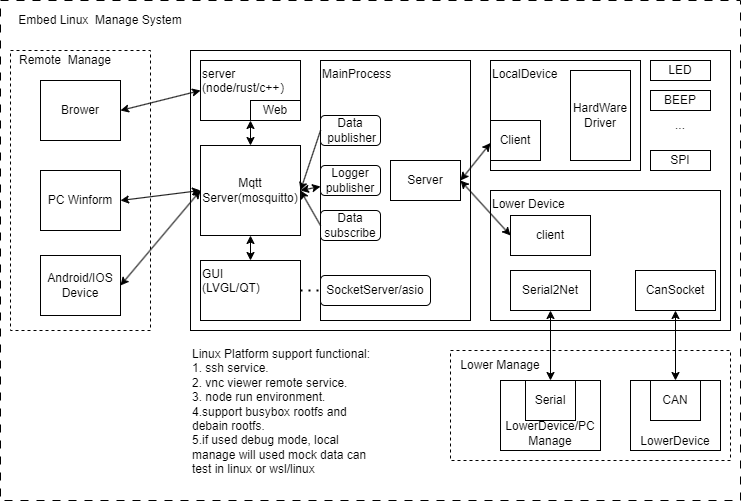
The draw.io diagram doc/image/mainFrame.png in zc110747/remote_manage, before a commit. Source tidied: cells renumbered, new cells last; positions are measured from the earlier drawing's top-left corner, leaving out a move shared by most shapes. Its diagram source:
```xml
<mxGraphModel>
  <root>
    <mxCell id="0" />
    <mxCell id="1" parent="0" />
    <mxCell id="2" style="rounded=0;whiteSpace=wrap;html=1;dashed=1;dashPattern=8 8;" parent="1" vertex="1">
      <mxGeometry width="740" height="500" as="geometry" />
    </mxCell>
    <mxCell id="3" style="rounded=0;whiteSpace=wrap;html=1;" parent="1" vertex="1">
      <mxGeometry x="190" y="50" width="540" height="280" as="geometry" />
    </mxCell>
    <mxCell id="4" value="Lower Device" style="rounded=0;whiteSpace=wrap;html=1;align=left;verticalAlign=top;" parent="1" vertex="1">
      <mxGeometry x="490" y="190" width="230" height="130" as="geometry" />
    </mxCell>
    <mxCell id="5" style="rounded=0;whiteSpace=wrap;html=1;dashed=1;" parent="1" vertex="1">
      <mxGeometry x="450" y="350" width="280" height="110" as="geometry" />
    </mxCell>
    <mxCell id="6" style="rounded=0;whiteSpace=wrap;html=1;dashed=1;" parent="1" vertex="1">
      <mxGeometry x="10" y="50" width="140" height="280" as="geometry" />
    </mxCell>
    <mxCell id="7" value="MainProcess" style="rounded=0;whiteSpace=wrap;html=1;align=left;verticalAlign=top;" parent="1" vertex="1">
      <mxGeometry x="320" y="60" width="150" height="260" as="geometry" />
    </mxCell>
    <mxCell id="8" value="LocalDevice" style="rounded=0;whiteSpace=wrap;html=1;align=left;verticalAlign=top;" parent="1" vertex="1">
      <mxGeometry x="490" y="60" width="150" height="110" as="geometry" />
    </mxCell>
    <mxCell id="9" style="edgeStyle=none;html=1;exitX=1;exitY=0.5;exitDx=0;exitDy=0;startArrow=classic;startFill=1;entryX=0;entryY=0.5;entryDx=0;entryDy=0;" parent="1" edge="1" source="10" target="50">
      <mxGeometry relative="1" as="geometry" />
    </mxCell>
    <mxCell id="10" value="Server" style="rounded=0;whiteSpace=wrap;html=1;" parent="1" vertex="1">
      <mxGeometry x="390" y="160" width="70" height="40" as="geometry" />
    </mxCell>
    <mxCell id="11" value="Client" style="rounded=0;whiteSpace=wrap;html=1;" parent="1" vertex="1">
      <mxGeometry x="490" y="120" width="50" height="40" as="geometry" />
    </mxCell>
    <mxCell id="12" value="LowerDevice/PC Manage" style="rounded=0;whiteSpace=wrap;html=1;align=center;verticalAlign=bottom;" parent="1" vertex="1">
      <mxGeometry x="500" y="380" width="100" height="70" as="geometry" />
    </mxCell>
    <mxCell id="13" value="Serial" style="rounded=0;whiteSpace=wrap;html=1;" parent="1" vertex="1">
      <mxGeometry x="525" y="380" width="50" height="40" as="geometry" />
    </mxCell>
    <mxCell id="14" value="Serial2Net" style="rounded=0;whiteSpace=wrap;html=1;" parent="1" vertex="1">
      <mxGeometry x="510" y="270" width="80" height="40" as="geometry" />
    </mxCell>
    <mxCell id="15" style="endArrow=classic;html=1;exitX=0.5;exitY=0;exitDx=0;exitDy=0;entryX=0.5;entryY=1;entryDx=0;entryDy=0;startArrow=classic;startFill=1;" parent="1" edge="1" source="12" target="14">
      <mxGeometry relative="1" as="geometry" />
    </mxCell>
    <mxCell id="16" style="endArrow=classic;html=1;exitX=0;exitY=0.75;exitDx=0;exitDy=0;entryX=1;entryY=0.5;entryDx=0;entryDy=0;endFill=1;startArrow=classic;startFill=1;" parent="1" edge="1" source="8" target="10">
      <mxGeometry relative="1" as="geometry" />
    </mxCell>
    <mxCell id="17" value="Mqtt Server(mosquitto)" style="rounded=0;whiteSpace=wrap;html=1;" parent="1" vertex="1">
      <mxGeometry x="200" y="145" width="100" height="90" as="geometry" />
    </mxCell>
    <mxCell id="18" value="Data&lt;br&gt;&amp;nbsp;publisher" style="rounded=1;whiteSpace=wrap;html=1;" parent="1" vertex="1">
      <mxGeometry x="320" y="115" width="60" height="30" as="geometry" />
    </mxCell>
    <mxCell id="19" value="Data subscribe" style="rounded=1;whiteSpace=wrap;html=1;" parent="1" vertex="1">
      <mxGeometry x="320" y="210" width="60" height="30" as="geometry" />
    </mxCell>
    <mxCell id="20" style="edgeStyle=none;html=1;startArrow=classic;startFill=1;endArrow=classic;endFill=1;" parent="1" edge="1" source="21" target="17">
      <mxGeometry relative="1" as="geometry" />
    </mxCell>
    <mxCell id="21" value="server&lt;br&gt;(node/rust/c++）" style="rounded=0;whiteSpace=wrap;html=1;verticalAlign=top;align=left;" parent="1" vertex="1">
      <mxGeometry x="200" y="60" width="100" height="60" as="geometry" />
    </mxCell>
    <mxCell id="22" value="HardWare&lt;br&gt;Driver" style="rounded=0;whiteSpace=wrap;html=1;" parent="1" vertex="1">
      <mxGeometry x="570" y="70" width="60" height="90" as="geometry" />
    </mxCell>
    <mxCell id="23" style="edgeStyle=none;html=1;startArrow=classic;startFill=1;" parent="1" edge="1" source="24" target="30">
      <mxGeometry relative="1" as="geometry" />
    </mxCell>
    <mxCell id="24" value="CanSocket" style="rounded=0;whiteSpace=wrap;html=1;" parent="1" vertex="1">
      <mxGeometry x="635" y="270" width="80" height="40" as="geometry" />
    </mxCell>
    <mxCell id="25" value="LED" style="rounded=0;whiteSpace=wrap;html=1;" parent="1" vertex="1">
      <mxGeometry x="650" y="60" width="60" height="20" as="geometry" />
    </mxCell>
    <mxCell id="26" value="BEEP" style="rounded=0;whiteSpace=wrap;html=1;" parent="1" vertex="1">
      <mxGeometry x="650" y="90" width="60" height="20" as="geometry" />
    </mxCell>
    <mxCell id="27" value="SPI" style="rounded=0;whiteSpace=wrap;html=1;" parent="1" vertex="1">
      <mxGeometry x="650" y="150" width="60" height="20" as="geometry" />
    </mxCell>
    <mxCell id="28" value="..." style="text;html=1;strokeColor=none;fillColor=none;align=center;verticalAlign=middle;whiteSpace=wrap;rounded=0;" parent="1" vertex="1">
      <mxGeometry x="650" y="110" width="60" height="30" as="geometry" />
    </mxCell>
    <mxCell id="29" value="LowerDevice" style="rounded=0;whiteSpace=wrap;html=1;align=center;verticalAlign=bottom;" parent="1" vertex="1">
      <mxGeometry x="630" y="380" width="90" height="70" as="geometry" />
    </mxCell>
    <mxCell id="30" value="CAN" style="rounded=0;whiteSpace=wrap;html=1;" parent="1" vertex="1">
      <mxGeometry x="650" y="380" width="50" height="40" as="geometry" />
    </mxCell>
    <mxCell id="31" style="endArrow=classic;html=1;exitX=0;exitY=0.5;exitDx=0;exitDy=0;entryX=1;entryY=0.5;entryDx=0;entryDy=0;" parent="1" edge="1" source="18" target="17">
      <mxGeometry relative="1" as="geometry" />
    </mxCell>
    <mxCell id="32" style="endArrow=classic;html=1;exitX=0;exitY=0.5;exitDx=0;exitDy=0;entryX=1;entryY=0.5;entryDx=0;entryDy=0;" parent="1" edge="1" source="19" target="17">
      <mxGeometry relative="1" as="geometry" />
    </mxCell>
    <mxCell id="33" value="Web" style="rounded=0;whiteSpace=wrap;html=1;" parent="1" vertex="1">
      <mxGeometry x="250" y="100" width="50" height="20" as="geometry" />
    </mxCell>
    <mxCell id="34" value="GUI&lt;br&gt;(LVGL/QT)" style="rounded=0;whiteSpace=wrap;html=1;verticalAlign=top;align=left;" parent="1" vertex="1">
      <mxGeometry x="200" y="260" width="100" height="60" as="geometry" />
    </mxCell>
    <mxCell id="35" style="endArrow=classic;startArrow=classic;html=1;entryX=0.5;entryY=0;entryDx=0;entryDy=0;" parent="1" edge="1" source="17" target="34">
      <mxGeometry relative="1" as="geometry" />
    </mxCell>
    <mxCell id="36" value="SocketServer/asio" style="rounded=1;whiteSpace=wrap;html=1;" parent="1" vertex="1">
      <mxGeometry x="320" y="275" width="110" height="30" as="geometry" />
    </mxCell>
    <mxCell id="37" style="edgeStyle=none;html=1;startArrow=classic;startFill=1;endArrow=classic;endFill=1;entryX=1;entryY=0.5;entryDx=0;entryDy=0;" parent="1" edge="1" source="38" target="17">
      <mxGeometry relative="1" as="geometry" />
    </mxCell>
    <mxCell id="38" value="Logger&lt;br&gt;publisher" style="rounded=1;whiteSpace=wrap;html=1;" parent="1" vertex="1">
      <mxGeometry x="320" y="165" width="60" height="30" as="geometry" />
    </mxCell>
    <mxCell id="39" style="endArrow=none;dashed=1;html=1;dashPattern=1 3;strokeWidth=2;entryX=0;entryY=0.5;entryDx=0;entryDy=0;exitX=1;exitY=0.5;exitDx=0;exitDy=0;" parent="1" edge="1" source="34" target="36">
      <mxGeometry relative="1" as="geometry" />
    </mxCell>
    <mxCell id="40" value="Brower" style="rounded=0;whiteSpace=wrap;html=1;" parent="1" vertex="1">
      <mxGeometry x="40" y="80" width="80" height="60" as="geometry" />
    </mxCell>
    <mxCell id="41" value="PC Winform" style="rounded=0;whiteSpace=wrap;html=1;" parent="1" vertex="1">
      <mxGeometry x="40" y="170" width="80" height="60" as="geometry" />
    </mxCell>
    <mxCell id="42" value="Android/IOS Device" style="rounded=0;whiteSpace=wrap;html=1;" parent="1" vertex="1">
      <mxGeometry x="40" y="255" width="80" height="60" as="geometry" />
    </mxCell>
    <mxCell id="43" style="endArrow=classic;startArrow=classic;html=1;exitX=1;exitY=0.5;exitDx=0;exitDy=0;entryX=0;entryY=0.5;entryDx=0;entryDy=0;" parent="1" edge="1" source="40" target="21">
      <mxGeometry relative="1" as="geometry" />
    </mxCell>
    <mxCell id="44" style="endArrow=classic;startArrow=classic;html=1;exitX=1;exitY=0.5;exitDx=0;exitDy=0;entryX=0;entryY=0.5;entryDx=0;entryDy=0;" parent="1" edge="1" source="41" target="17">
      <mxGeometry relative="1" as="geometry" />
    </mxCell>
    <mxCell id="45" style="endArrow=classic;startArrow=classic;html=1;exitX=1;exitY=0.5;exitDx=0;exitDy=0;" parent="1" edge="1" source="42">
      <mxGeometry relative="1" as="geometry">
        <mxPoint x="200" y="190" as="targetPoint" />
      </mxGeometry>
    </mxCell>
    <mxCell id="46" value="Remote&amp;nbsp; Manage" style="text;html=1;strokeColor=none;fillColor=none;align=center;verticalAlign=middle;whiteSpace=wrap;rounded=0;" parent="1" vertex="1">
      <mxGeometry x="10" y="50" width="110" height="20" as="geometry" />
    </mxCell>
    <mxCell id="47" value="Lower Manage" style="text;html=1;strokeColor=none;fillColor=none;align=center;verticalAlign=middle;whiteSpace=wrap;rounded=0;" parent="1" vertex="1">
      <mxGeometry x="450" y="350" width="100" height="30" as="geometry" />
    </mxCell>
    <mxCell id="48" value="Embed Linux&amp;nbsp; Manage System" style="text;html=1;strokeColor=none;fillColor=none;align=center;verticalAlign=middle;whiteSpace=wrap;rounded=0;dashed=1;" parent="1" vertex="1">
      <mxGeometry x="10" width="180" height="40" as="geometry" />
    </mxCell>
    <mxCell id="49" value="Linux Platform support functional:&lt;br&gt;1. ssh service.&lt;br&gt;2. vnc viewer remote service.&lt;br&gt;3. node run environment.&lt;br&gt;4.support busybox rootfs and debain rootfs.&lt;br&gt;5.if used debug mode, local manage will used mock data can test in linux or wsl/linux&lt;br&gt;" style="text;html=1;strokeColor=none;fillColor=none;align=left;verticalAlign=top;whiteSpace=wrap;rounded=0;dashed=1;" parent="1" vertex="1">
      <mxGeometry x="190" y="340" width="190" height="140" as="geometry" />
    </mxCell>
    <mxCell id="50" value="client" style="rounded=0;whiteSpace=wrap;html=1;" parent="1" vertex="1">
      <mxGeometry x="510" y="215" width="80" height="40" as="geometry" />
    </mxCell>
  </root>
</mxGraphModel>
```
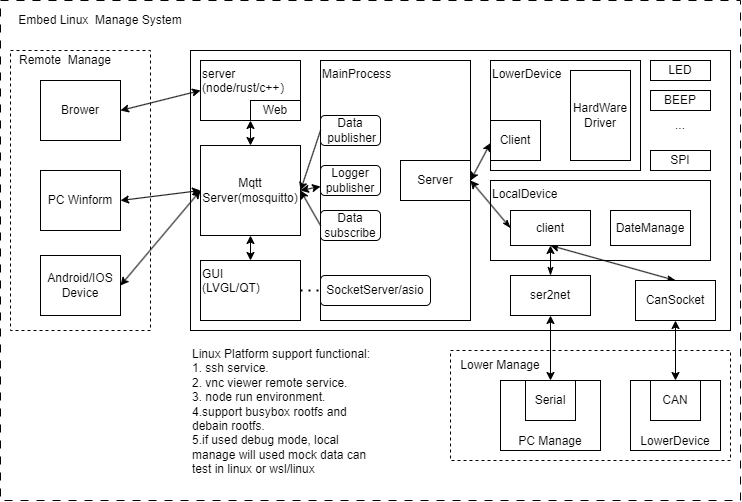
After the commit.

What changed in the source:
```diff
@@ -8,8 +8,8 @@
     <mxCell id="3" style="rounded=0;whiteSpace=wrap;html=1;" parent="1" vertex="1">
       <mxGeometry x="190" y="50" width="540" height="280" as="geometry" />
     </mxCell>
-    <mxCell id="4" value="Lower Device" style="rounded=0;whiteSpace=wrap;html=1;align=left;verticalAlign=top;" parent="1" vertex="1">
-      <mxGeometry x="490" y="190" width="230" height="130" as="geometry" />
+    <mxCell id="4" value="LocalDevice" style="rounded=0;whiteSpace=wrap;html=1;align=left;verticalAlign=top;" parent="1" vertex="1">
+      <mxGeometry x="490" y="180" width="220" height="80" as="geometry" />
     </mxCell>
     <mxCell id="5" style="rounded=0;whiteSpace=wrap;html=1;dashed=1;" parent="1" vertex="1">
       <mxGeometry x="450" y="350" width="280" height="110" as="geometry" />
@@ -20,26 +20,26 @@
     <mxCell id="7" value="MainProcess" style="rounded=0;whiteSpace=wrap;html=1;align=left;verticalAlign=top;" parent="1" vertex="1">
       <mxGeometry x="320" y="60" width="150" height="260" as="geometry" />
     </mxCell>
-    <mxCell id="8" value="LocalDevice" style="rounded=0;whiteSpace=wrap;html=1;align=left;verticalAlign=top;" parent="1" vertex="1">
+    <mxCell id="8" value="LowerDevice&lt;br&gt;" style="rounded=0;whiteSpace=wrap;html=1;align=left;verticalAlign=top;" parent="1" vertex="1">
       <mxGeometry x="490" y="60" width="150" height="110" as="geometry" />
     </mxCell>
-    <mxCell id="9" style="edgeStyle=none;html=1;exitX=1;exitY=0.5;exitDx=0;exitDy=0;startArrow=classic;startFill=1;entryX=0;entryY=0.5;entryDx=0;entryDy=0;" parent="1" edge="1" source="10" target="50">
-      <mxGeometry relative="1" as="geometry" />
-    </mxCell>
     <mxCell id="10" value="Server" style="rounded=0;whiteSpace=wrap;html=1;" parent="1" vertex="1">
-      <mxGeometry x="390" y="160" width="70" height="40" as="geometry" />
+      <mxGeometry x="400" y="160" width="70" height="40" as="geometry" />
     </mxCell>
     <mxCell id="11" value="Client" style="rounded=0;whiteSpace=wrap;html=1;" parent="1" vertex="1">
       <mxGeometry x="490" y="120" width="50" height="40" as="geometry" />
     </mxCell>
-    <mxCell id="12" value="LowerDevice/PC Manage" style="rounded=0;whiteSpace=wrap;html=1;align=center;verticalAlign=bottom;" parent="1" vertex="1">
+    <mxCell id="12" value="PC Manage" style="rounded=0;whiteSpace=wrap;html=1;align=center;verticalAlign=bottom;" parent="1" vertex="1">
       <mxGeometry x="500" y="380" width="100" height="70" as="geometry" />
     </mxCell>
     <mxCell id="13" value="Serial" style="rounded=0;whiteSpace=wrap;html=1;" parent="1" vertex="1">
       <mxGeometry x="525" y="380" width="50" height="40" as="geometry" />
     </mxCell>
+    <mxCell id="9" style="edgeStyle=none;html=1;exitX=0.5;exitY=0;exitDx=0;exitDy=0;entryX=0.5;entryY=1;entryDx=0;entryDy=0;startArrow=classicThin;startFill=1;" parent="1" edge="1" source="14" target="50">
+      <mxGeometry relative="1" as="geometry" />
+    </mxCell>
-    <mxCell id="14" value="Serial2Net" style="rounded=0;whiteSpace=wrap;html=1;" parent="1" vertex="1">
-      <mxGeometry x="510" y="270" width="80" height="40" as="geometry" />
+    <mxCell id="14" value="ser2net" style="rounded=0;whiteSpace=wrap;html=1;" parent="1" vertex="1">
+      <mxGeometry x="510" y="275" width="80" height="40" as="geometry" />
     </mxCell>
     <mxCell id="15" style="endArrow=classic;html=1;exitX=0.5;exitY=0;exitDx=0;exitDy=0;entryX=0.5;entryY=1;entryDx=0;entryDy=0;startArrow=classic;startFill=1;" parent="1" edge="1" source="12" target="14">
       <mxGeometry relative="1" as="geometry" />
@@ -68,8 +68,11 @@
     <mxCell id="23" style="edgeStyle=none;html=1;startArrow=classic;startFill=1;" parent="1" edge="1" source="24" target="30">
       <mxGeometry relative="1" as="geometry" />
     </mxCell>
+    <mxCell id="51" style="edgeStyle=none;html=1;exitX=0.5;exitY=0;exitDx=0;exitDy=0;entryX=0.5;entryY=1;entryDx=0;entryDy=0;startArrow=classicThin;startFill=1;" parent="1" edge="1" source="24" target="50">
+      <mxGeometry relative="1" as="geometry" />
+    </mxCell>
     <mxCell id="24" value="CanSocket" style="rounded=0;whiteSpace=wrap;html=1;" parent="1" vertex="1">
-      <mxGeometry x="635" y="270" width="80" height="40" as="geometry" />
+      <mxGeometry x="635" y="280" width="80" height="40" as="geometry" />
     </mxCell>
     <mxCell id="25" value="LED" style="rounded=0;whiteSpace=wrap;html=1;" parent="1" vertex="1">
       <mxGeometry x="650" y="60" width="60" height="20" as="geometry" />
@@ -148,8 +151,14 @@
     <mxCell id="49" value="Linux Platform support functional:&lt;br&gt;1. ssh service.&lt;br&gt;2. vnc viewer remote service.&lt;br&gt;3. node run environment.&lt;br&gt;4.support busybox rootfs and debain rootfs.&lt;br&gt;5.if used debug mode, local manage will used mock data can test in linux or wsl/linux&lt;br&gt;" style="text;html=1;strokeColor=none;fillColor=none;align=left;verticalAlign=top;whiteSpace=wrap;rounded=0;dashed=1;" parent="1" vertex="1">
       <mxGeometry x="190" y="340" width="190" height="140" as="geometry" />
     </mxCell>
+    <mxCell id="52" style="edgeStyle=none;html=1;exitX=0;exitY=0.5;exitDx=0;exitDy=0;entryX=1;entryY=0.5;entryDx=0;entryDy=0;startArrow=classicThin;startFill=1;" parent="1" edge="1" source="50" target="10">
+      <mxGeometry relative="1" as="geometry" />
+    </mxCell>
     <mxCell id="50" value="client" style="rounded=0;whiteSpace=wrap;html=1;" parent="1" vertex="1">
-      <mxGeometry x="510" y="215" width="80" height="40" as="geometry" />
+      <mxGeometry x="510" y="210" width="80" height="35" as="geometry" />
     </mxCell>
+    <mxCell id="53" value="DateManage" style="rounded=0;whiteSpace=wrap;html=1;" parent="1" vertex="1">
+      <mxGeometry x="610" y="210" width="80" height="35" as="geometry" />
+    </mxCell>
   </root>
 </mxGraphModel>
```
